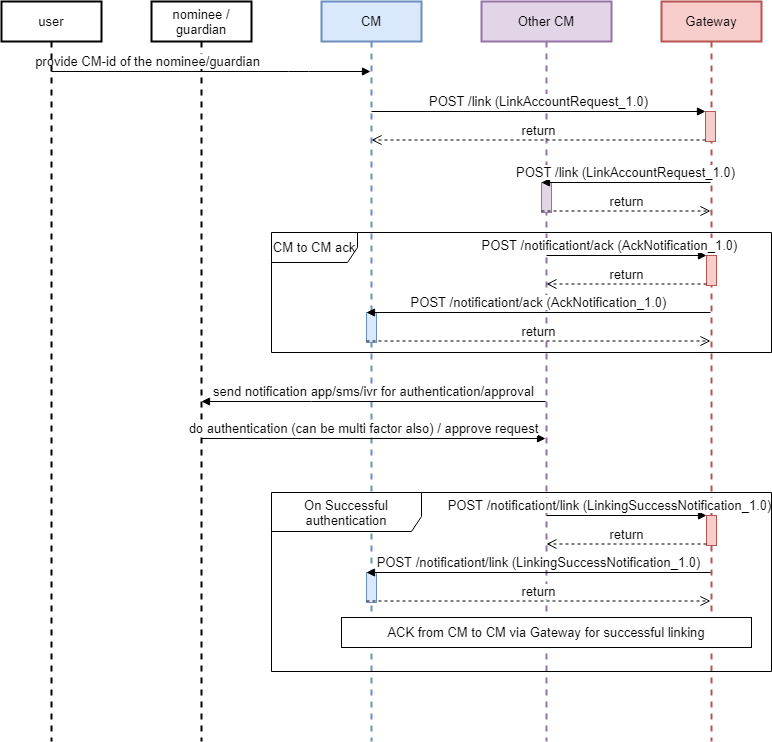
This is seqDiagram/accountLinking-CM2CM.png from iSPIRT/DEPA, a draw.io export, as it was before one commit. Source tidied: cells renumbered, new cells last; positions are measured from the earlier drawing's top-left corner, leaving out a move shared by most shapes.
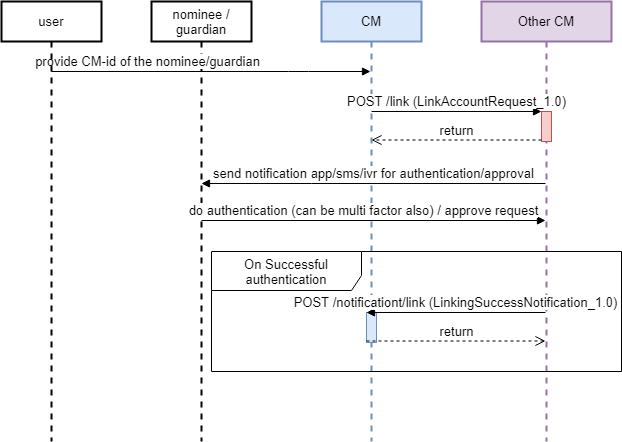
Above is the later version.

The edit, as a diff of the source:
```diff
@@ -2,14 +2,11 @@
   <root>
     <mxCell id="0" />
     <mxCell id="1" parent="0" />
-    <mxCell id="2" value="CM to CM ack" style="shape=umlFrame;whiteSpace=wrap;html=1;width=86;height=30;fontSize=13;" parent="1" vertex="1">
-      <mxGeometry x="270" y="231" width="500" height="120" as="geometry" />
-    </mxCell>
     <mxCell id="3" value="nominee / guardian" style="shape=umlLifeline;perimeter=lifelinePerimeter;whiteSpace=wrap;html=1;outlineConnect=0;strokeWidth=2;fontSize=13;" parent="1" vertex="1">
-      <mxGeometry x="150" width="100" height="740" as="geometry" />
+      <mxGeometry x="150" width="100" height="440" as="geometry" />
     </mxCell>
     <mxCell id="4" value="CM" style="shape=umlLifeline;perimeter=lifelinePerimeter;whiteSpace=wrap;html=1;outlineConnect=0;fillColor=#dae8fc;strokeColor=#6c8ebf;strokeWidth=2;fontSize=13;" parent="1" vertex="1">
-      <mxGeometry x="320" width="100" height="740" as="geometry" />
+      <mxGeometry x="320" width="100" height="440" as="geometry" />
     </mxCell>
     <mxCell id="5" value="provide CM-id of the nominee/guardian" style="html=1;verticalAlign=bottom;endArrow=block;fontSize=13;" parent="1" edge="1" source="31" target="4">
       <mxGeometry x="-0.4" relative="1" as="geometry">
@@ -19,102 +16,53 @@
       </mxGeometry>
     </mxCell>
     <mxCell id="6" value="Other CM" style="shape=umlLifeline;perimeter=lifelinePerimeter;whiteSpace=wrap;html=1;outlineConnect=0;fillColor=#e1d5e7;strokeColor=#9673a6;strokeWidth=2;fontSize=13;" parent="1" vertex="1">
-      <mxGeometry x="480" width="130" height="740" as="geometry" />
+      <mxGeometry x="480" width="130" height="440" as="geometry" />
     </mxCell>
-    <mxCell id="7" value="Gateway" style="shape=umlLifeline;perimeter=lifelinePerimeter;whiteSpace=wrap;html=1;outlineConnect=0;fillColor=#f8cecc;strokeColor=#b85450;strokeWidth=2;fontSize=13;" parent="1" vertex="1">
-      <mxGeometry x="660" width="100" height="740" as="geometry" />
-    </mxCell>
+    <mxCell id="12" style="html=1;points=[];perimeter=orthogonalPerimeter;fillColor=#f8cecc;strokeColor=#b85450;fontSize=13;" parent="6" vertex="1">
+      <mxGeometry x="60" y="110" width="10" height="30" as="geometry" />
+    </mxCell>
-    <mxCell id="8" value="send notification app/sms/ivr for authentication/approval" style="html=1;verticalAlign=bottom;endArrow=block;rounded=0;fontSize=13;" parent="1" edge="1" source="6" target="3">
+    <mxCell id="8" value="send notification app/sms/ivr for authentication/approval" style="html=1;verticalAlign=bottom;endArrow=block;rounded=0;fontSize=13;" parent="1" edge="1">
       <mxGeometry relative="1" as="geometry">
+        <mxPoint x="544" y="182" as="sourcePoint" />
+        <mxPoint x="200" y="182" as="targetPoint" />
         <Array as="points">
-          <mxPoint x="310" y="400" />
+          <mxPoint x="310" y="182" />
         </Array>
       </mxGeometry>
     </mxCell>
-    <mxCell id="9" value="do authentication (can be multi factor also) / approve request" style="html=1;verticalAlign=bottom;endArrow=block;rounded=0;fontSize=13;" parent="1" edge="1" source="3">
+    <mxCell id="9" value="do authentication (can be multi factor also) / approve request" style="html=1;verticalAlign=bottom;endArrow=block;rounded=0;fontSize=13;" parent="1" edge="1">
       <mxGeometry x="-0.06" relative="1" as="geometry">
-        <mxPoint x="544" y="437" as="targetPoint" />
+        <mxPoint x="200" y="219" as="sourcePoint" />
+        <mxPoint x="544" y="219" as="targetPoint" />
         <Array as="points">
-          <mxPoint x="374.5" y="437" />
+          <mxPoint x="374.5" y="219" />
         </Array>
       </mxGeometry>
     </mxCell>
-    <mxCell id="10" style="edgeStyle=none;rounded=0;orthogonalLoop=1;jettySize=auto;html=1;exitX=0.5;exitY=1;exitDx=0;exitDy=0;fontSize=13;" parent="1" edge="1">
-      <mxGeometry relative="1" as="geometry">
-        <mxPoint x="630" y="540" as="sourcePoint" />
-        <mxPoint x="630" y="540" as="targetPoint" />
-      </mxGeometry>
-    </mxCell>
-    <mxCell id="11" style="html=1;points=[];perimeter=orthogonalPerimeter;fillColor=#e1d5e7;strokeColor=#9673a6;fontSize=13;" parent="1" vertex="1">
-      <mxGeometry x="540" y="181" width="10" height="30" as="geometry" />
-    </mxCell>
-    <mxCell id="12" style="html=1;points=[];perimeter=orthogonalPerimeter;fillColor=#f8cecc;strokeColor=#b85450;fontSize=13;" parent="1" vertex="1">
-      <mxGeometry x="704" y="110" width="10" height="30" as="geometry" />
-    </mxCell>
-    <mxCell id="13" style="html=1;points=[];perimeter=orthogonalPerimeter;fillColor=#f8cecc;strokeColor=#b85450;fontSize=13;" parent="1" vertex="1">
-      <mxGeometry x="705" y="254" width="10" height="30" as="geometry" />
-    </mxCell>
-    <mxCell id="14" style="html=1;points=[];perimeter=orthogonalPerimeter;fillColor=#dae8fc;strokeColor=#6c8ebf;fontSize=13;" parent="1" vertex="1">
-      <mxGeometry x="365" y="311" width="10" height="30" as="geometry" />
-    </mxCell>
     <mxCell id="15" value="&lt;span style=&quot;font-size: 13px&quot;&gt;POST /link (LinkAccountRequest_1.0)&lt;/span&gt;" style="html=1;verticalAlign=bottom;endArrow=block;entryX=0;entryY=0;fontSize=13;" parent="1" edge="1" source="4" target="12">
       <mxGeometry relative="1" as="geometry" />
     </mxCell>
+    <mxCell id="23" value="On Successful authentication" style="shape=umlFrame;whiteSpace=wrap;html=1;width=150;height=39;fontSize=13;" parent="1" vertex="1">
+      <mxGeometry x="210" y="250" width="410" height="120" as="geometry" />
+    </mxCell>
     <mxCell id="16" value="return" style="html=1;verticalAlign=bottom;endArrow=open;dashed=1;endSize=8;exitX=0;exitY=0.95;fontSize=13;" parent="1" edge="1" source="12" target="4">
       <mxGeometry relative="1" as="geometry" />
     </mxCell>
-    <mxCell id="17" value="POST /link (LinkAccountRequest_1.0)&lt;span style=&quot;font-size: 13px&quot;&gt;&lt;br style=&quot;font-size: 13px&quot;&gt;&lt;/span&gt;" style="html=1;verticalAlign=bottom;endArrow=block;entryX=0;entryY=0;fontSize=13;" parent="1" edge="1" source="7" target="11">
-      <mxGeometry relative="1" as="geometry" />
-    </mxCell>
-    <mxCell id="18" value="return" style="html=1;verticalAlign=bottom;endArrow=open;dashed=1;endSize=8;exitX=0;exitY=0.95;fontSize=13;" parent="1" edge="1" source="11" target="7">
-      <mxGeometry relative="1" as="geometry" />
-    </mxCell>
-    <mxCell id="19" value="&lt;span style=&quot;font-size: 13px;&quot;&gt;POST /notificationt/ack (AckNotification_1.0)&lt;/span&gt;" style="html=1;verticalAlign=bottom;endArrow=block;entryX=0;entryY=0;fontSize=13;" parent="1" edge="1" source="7" target="14">
-      <mxGeometry relative="1" as="geometry" />
-    </mxCell>
-    <mxCell id="20" value="return" style="html=1;verticalAlign=bottom;endArrow=open;dashed=1;endSize=8;exitX=0;exitY=0.95;fontSize=13;" parent="1" edge="1" source="14" target="7">
-      <mxGeometry relative="1" as="geometry" />
-    </mxCell>
-    <mxCell id="21" value="&lt;span style=&quot;font-size: 13px;&quot;&gt;POST /notificationt/ack (AckNotification_1.0)&lt;/span&gt;" style="html=1;verticalAlign=bottom;endArrow=block;entryX=0;entryY=0;fontSize=13;" parent="1" edge="1" source="6" target="13">
-      <mxGeometry x="-0.22" relative="1" as="geometry" />
-    </mxCell>
-    <mxCell id="22" value="return" style="html=1;verticalAlign=bottom;endArrow=open;dashed=1;endSize=8;exitX=0;exitY=0.95;fontSize=13;" parent="1" edge="1" source="13" target="6">
-      <mxGeometry relative="1" as="geometry" />
-    </mxCell>
-    <mxCell id="23" value="On Successful authentication" style="shape=umlFrame;whiteSpace=wrap;html=1;width=150;height=39;fontSize=13;" parent="1" vertex="1">
-      <mxGeometry x="270" y="491" width="500" height="179" as="geometry" />
-    </mxCell>
-    <mxCell id="24" style="html=1;points=[];perimeter=orthogonalPerimeter;fillColor=#f8cecc;strokeColor=#b85450;fontSize=13;" parent="1" vertex="1">
-      <mxGeometry x="705" y="514" width="10" height="30" as="geometry" />
-    </mxCell>
     <mxCell id="25" style="html=1;points=[];perimeter=orthogonalPerimeter;fillColor=#dae8fc;strokeColor=#6c8ebf;fontSize=13;" parent="1" vertex="1">
-      <mxGeometry x="365" y="571" width="10" height="30" as="geometry" />
+      <mxGeometry x="365" y="311" width="10" height="30" as="geometry" />
     </mxCell>
     <mxCell id="26" value="&lt;span style=&quot;font-size: 13px&quot;&gt;POST /notificationt/link (LinkingSuccessNotification_1.0)&lt;/span&gt;" style="html=1;verticalAlign=bottom;endArrow=block;entryX=0;entryY=0;fontSize=13;" parent="1" edge="1" target="25">
       <mxGeometry relative="1" as="geometry">
-        <mxPoint x="709" y="571" as="sourcePoint" />
+        <mxPoint x="544" y="311" as="sourcePoint" />
       </mxGeometry>
     </mxCell>
     <mxCell id="27" value="return" style="html=1;verticalAlign=bottom;endArrow=open;dashed=1;endSize=8;exitX=0;exitY=0.95;fontSize=13;" parent="1" edge="1" source="25">
       <mxGeometry relative="1" as="geometry">
-        <mxPoint x="709" y="599.5" as="targetPoint" />
+        <mxPoint x="544" y="339.5" as="targetPoint" />
       </mxGeometry>
     </mxCell>
-    <mxCell id="28" value="&lt;span style=&quot;font-size: 13px&quot;&gt;POST /notificationt/link (LinkingSuccessNotification_1.0)&lt;/span&gt;" style="html=1;verticalAlign=bottom;endArrow=block;entryX=0;entryY=0;fontSize=13;" parent="1" edge="1" target="24">
-      <mxGeometry x="-0.22" relative="1" as="geometry">
-        <mxPoint x="545" y="514" as="sourcePoint" />
-      </mxGeometry>
-    </mxCell>
-    <mxCell id="29" value="return" style="html=1;verticalAlign=bottom;endArrow=open;dashed=1;endSize=8;exitX=0;exitY=0.95;fontSize=13;" parent="1" edge="1" source="24">
-      <mxGeometry relative="1" as="geometry">
-        <mxPoint x="545" y="542.5" as="targetPoint" />
-      </mxGeometry>
-    </mxCell>
-    <mxCell id="30" value="ACK from CM to CM via Gateway for successful linking" style="rounded=0;whiteSpace=wrap;html=1;fontSize=13;strokeColor=#000000;" parent="1" vertex="1">
-      <mxGeometry x="340" y="616" width="410" height="30" as="geometry" />
-    </mxCell>
     <mxCell id="31" value="user" style="shape=umlLifeline;perimeter=lifelinePerimeter;whiteSpace=wrap;html=1;outlineConnect=0;strokeWidth=2;fontSize=13;" parent="1" vertex="1">
-      <mxGeometry width="100" height="740" as="geometry" />
+      <mxGeometry width="100" height="440" as="geometry" />
     </mxCell>
   </root>
 </mxGraphModel>
```
